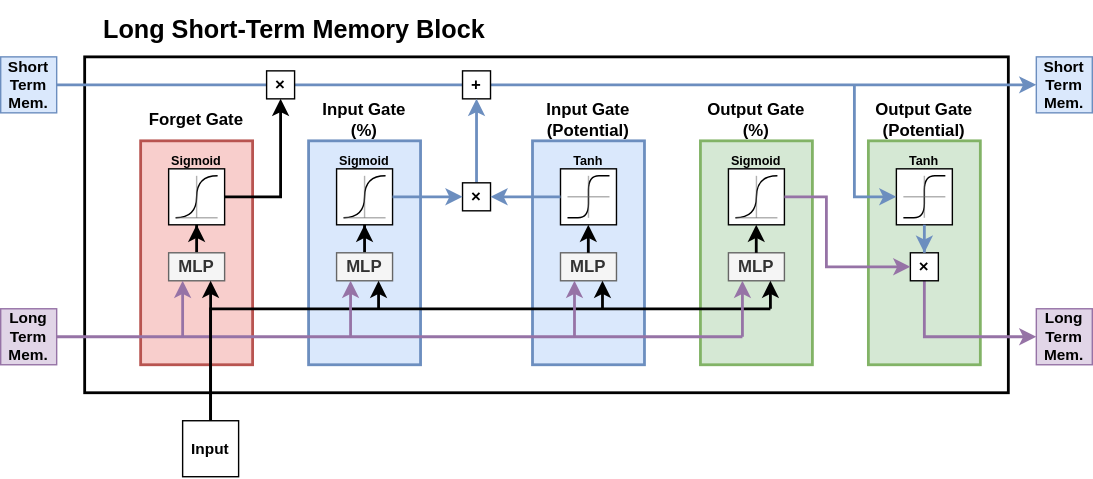
Before: lstm_fn_block.svg, a diagram exported from draw.io (yyhtbs-yye/course_images). Source tidied: cells renumbered, new cells last; positions are measured from the earlier drawing's top-left corner, leaving out a move shared by most shapes.
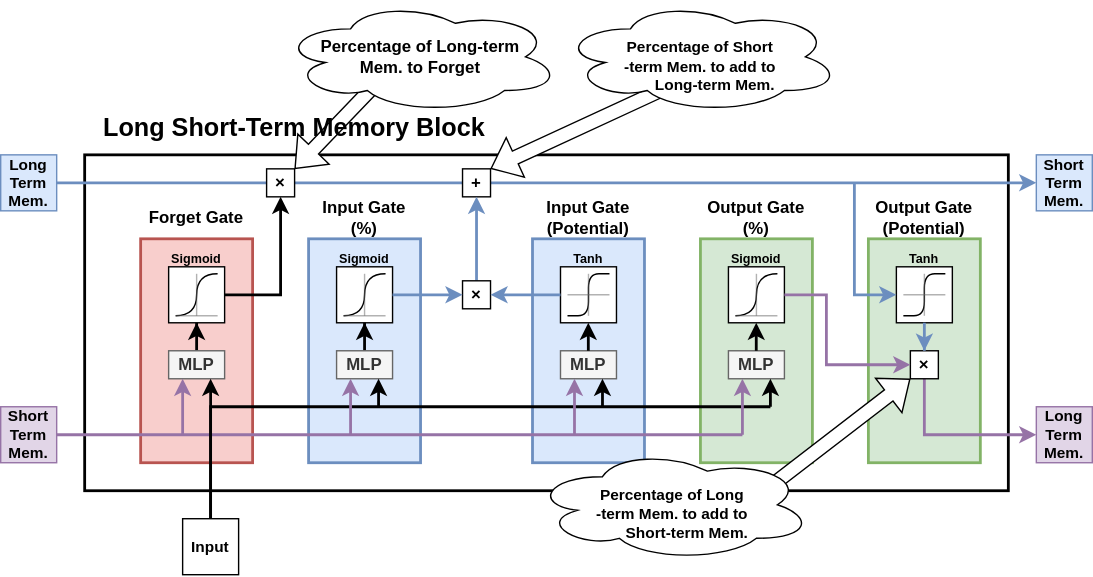
The same diagram one commit later.

Diff of the diagram source:
```diff
@@ -14,9 +14,6 @@
     <mxCell id="5" style="rounded=0;whiteSpace=wrap;html=1;strokeWidth=2;fillColor=#dae8fc;strokeColor=#6c8ebf;fontStyle=1;" parent="1" vertex="1">
       <mxGeometry x="380" y="100" width="80" height="160" as="geometry" />
     </mxCell>
-    <mxCell id="6" value="Long Short-Term Memory Block" style="text;html=1;strokeColor=none;fillColor=none;align=center;verticalAlign=middle;whiteSpace=wrap;rounded=0;fontStyle=1;fontSize=18;strokeWidth=2;" parent="1" vertex="1">
-      <mxGeometry x="60" width="300" height="41" as="geometry" />
-    </mxCell>
     <mxCell id="7" style="rounded=0;whiteSpace=wrap;html=1;strokeWidth=2;fillColor=#f8cecc;strokeColor=#b85450;fontStyle=1;" parent="1" vertex="1">
       <mxGeometry x="100" y="100" width="80" height="160" as="geometry" />
     </mxCell>
@@ -246,10 +243,10 @@
         </Array>
       </mxGeometry>
     </mxCell>
-    <mxCell id="54" value="Short Term Mem." style="rounded=0;whiteSpace=wrap;html=1;fontSize=11;fontStyle=1;fillColor=#dae8fc;strokeColor=#6c8ebf;" parent="1" vertex="1">
+    <mxCell id="54" value="Long Term Mem." style="rounded=0;whiteSpace=wrap;html=1;fontSize=11;fontStyle=1;fillColor=#dae8fc;strokeColor=#6c8ebf;" parent="1" vertex="1">
       <mxGeometry y="40" width="40" height="40" as="geometry" />
     </mxCell>
-    <mxCell id="55" value="Long Term Mem." style="rounded=0;whiteSpace=wrap;html=1;fontSize=11;fontStyle=1;fillColor=#e1d5e7;strokeColor=#9673a6;" parent="1" vertex="1">
+    <mxCell id="55" value="Short Term Mem." style="rounded=0;whiteSpace=wrap;html=1;fontSize=11;fontStyle=1;fillColor=#e1d5e7;strokeColor=#9673a6;" parent="1" vertex="1">
       <mxGeometry y="220" width="40" height="40" as="geometry" />
     </mxCell>
     <mxCell id="56" style="edgeStyle=orthogonalEdgeStyle;rounded=0;jettySize=auto;html=1;strokeWidth=2;fontStyle=1;" parent="1" edge="1" source="57">
@@ -376,5 +373,34 @@
     <mxCell id="82" value="Long Term Mem." style="rounded=0;whiteSpace=wrap;html=1;fontSize=11;fontStyle=1;fillColor=#e1d5e7;strokeColor=#9673a6;" parent="1" vertex="1">
       <mxGeometry x="740" y="220" width="40" height="40" as="geometry" />
     </mxCell>
+    <mxCell id="83" style="shape=flexArrow;endArrow=classic;html=1;rounded=0;exitX=0.13;exitY=0.77;exitDx=0;exitDy=0;exitPerimeter=0;fillColor=default;" parent="1" edge="1">
+      <mxGeometry relative="1" as="geometry">
+        <mxPoint x="266" y="-8.4" as="sourcePoint" />
+        <mxPoint x="210" y="50" as="targetPoint" />
+      </mxGeometry>
+    </mxCell>
+    <mxCell id="6" value="Long Short-Term Memory Block" style="text;html=1;strokeColor=none;fillColor=none;align=center;verticalAlign=middle;whiteSpace=wrap;rounded=0;fontStyle=1;fontSize=18;strokeWidth=2;" parent="1" vertex="1">
+      <mxGeometry x="60" width="300" height="41" as="geometry" />
+    </mxCell>
+    <mxCell id="84" value="Percentage of Long-term &lt;br&gt;Mem. to Forget" style="ellipse;shape=cloud;whiteSpace=wrap;html=1;fontStyle=1;" parent="1" vertex="1">
+      <mxGeometry x="200" y="-70" width="200" height="80" as="geometry" />
+    </mxCell>
+    <mxCell id="85" style="shape=flexArrow;endArrow=classic;html=1;rounded=0;fillColor=default;" parent="1" edge="1">
+      <mxGeometry relative="1" as="geometry">
+        <mxPoint x="480" y="-10" as="sourcePoint" />
+        <mxPoint x="350" y="50" as="targetPoint" />
+      </mxGeometry>
+    </mxCell>
+    <mxCell id="86" value="&lt;br style=&quot;font-size: 11px;&quot;&gt;Percentage of Short&lt;br style=&quot;font-size: 11px;&quot;&gt;-term Mem. to add to &lt;br style=&quot;font-size: 11px;&quot;&gt;&amp;nbsp; &amp;nbsp; &amp;nbsp; &amp;nbsp;Long-term Mem." style="ellipse;shape=cloud;whiteSpace=wrap;html=1;fontStyle=1;fontSize=11;" parent="1" vertex="1">
+      <mxGeometry x="400" y="-70" width="200" height="80" as="geometry" />
+    </mxCell>
+    <mxCell id="87" style="shape=flexArrow;endArrow=classic;html=1;rounded=0;fillColor=default;entryX=0;entryY=1;entryDx=0;entryDy=0;" parent="1" edge="1" target="70">
+      <mxGeometry relative="1" as="geometry">
+        <mxPoint x="520" y="300" as="sourcePoint" />
+      </mxGeometry>
+    </mxCell>
+    <mxCell id="88" value="&lt;br style=&quot;font-size: 11px;&quot;&gt;Percentage of Long&lt;br style=&quot;font-size: 11px;&quot;&gt;-term Mem. to add to &lt;br style=&quot;font-size: 11px;&quot;&gt;&amp;nbsp; &amp;nbsp; &amp;nbsp; &amp;nbsp;Short-term Mem." style="ellipse;shape=cloud;whiteSpace=wrap;html=1;fontStyle=1;fontSize=11;" parent="1" vertex="1">
+      <mxGeometry x="380" y="250" width="200" height="80" as="geometry" />
+    </mxCell>
   </root>
 </mxGraphModel>
```
